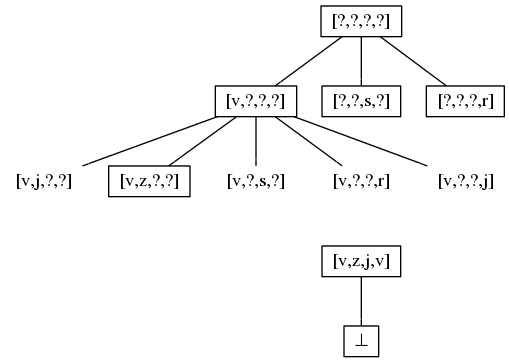
NorfairKing/ai_alternative-exam keeps this Graphviz diagram as resources/graphs/iteration_3.png. Above is the earlier version. Its source is kept beside it as resources/graphs/iteration_3.dot.
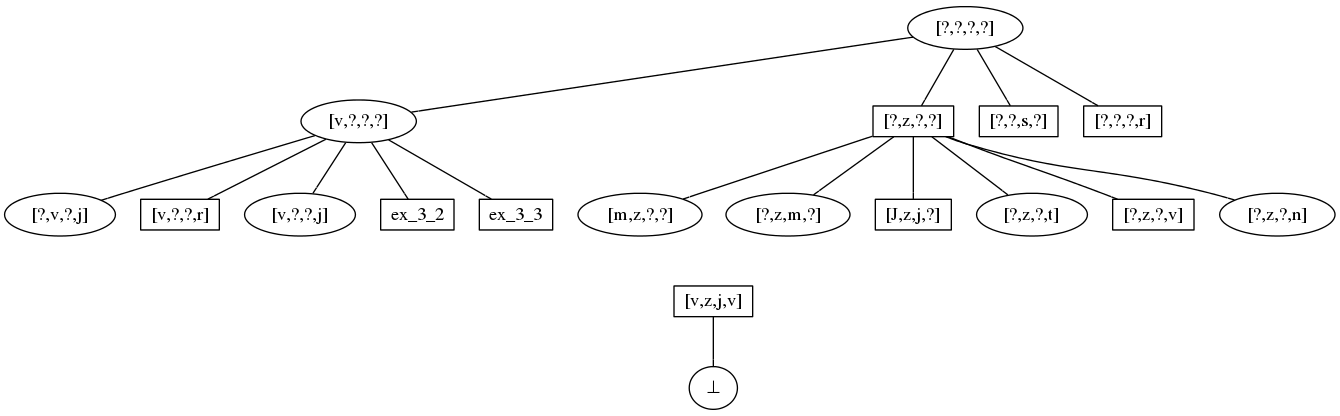
The same diagram one commit later.

Diff of the diagram source:
```diff
@@ -2,22 +2,32 @@
     node [shape=rect height=0.1, width=0.2];
     edge [arrowhead = none];
 
-    top  [label = "[?,?,?,?]"];
-    bot  [label = "&#8869;"];
+    top  [label = "[?,?,?,?]",shape=ellipse];
+    bot  [label = "&#8869;",shape=ellipse];
 
     ex_1 [label= "[v,z,j,v]"];
 
-    ex_2_1 [label = "[v,?,?,?]"];
+    ex_2_1 [label = "[v,?,?,?]",shape=ellipse];
+    ex_2_2 [label = "[?,z,?,?]"];
     ex_2_4 [label = "[?,?,s,?]"];
     ex_2_5 [label = "[?,?,?,r]"];
 
-    ex_3_1 [label = "[v,j,?,?]",shape=none];
-    ex_3_2 [label = "[v,z,?,?]"];
-    ex_3_3 [label = "[v,?,s,?]",shape=none];
-    ex_3_4 [label = "[v,?,?,r]",shape=none];
-    ex_3_5 [label = "[v,?,?,j]",shape=none];
+    ex_3_1  [label = "[v,j,?,?]",shape=ellipse];
+    ex_3_1  [label = "[v,o,?,?]",shape=ellipse];
+    ex_3_1  [label = "[v,?,m,?]",shape=ellipse];
+    ex_3_1  [label = "[?,v,?,j]"];
+    ex_3_4  [label = "[v,?,?,r]"];
+    ex_3_5  [label = "[v,?,?,j]",shape=ellipse];
+
+    ex_3_6  [label = "[m,z,?,?]",shape=ellipse];
+    ex_3_7  [label = "[?,z,m,?]",shape=ellipse];
+    ex_3_8  [label = "[J,z,j,?]"];
+    ex_3_9  [label = "[?,z,?,t]",shape=ellipse];
+    ex_3_10 [label = "[?,z,?,v]"];
+    ex_3_11 [label = "[?,z,?,n]",shape=ellipse];
 
     top -> ex_2_1;
+    top -> ex_2_2;
     top -> ex_2_4;
     top -> ex_2_5;
 
@@ -27,7 +37,15 @@
     ex_2_1 -> ex_3_4;
     ex_2_1 -> ex_3_5;
 
-    ex_3_4 -> ex_1[style=invis];
+    ex_2_2 -> ex_3_6;
+    ex_2_2 -> ex_3_7;
+    ex_2_2 -> ex_3_8;
+    ex_2_2 -> ex_3_9;
+    ex_2_2 -> ex_3_10;
+    ex_2_2 -> ex_3_11;
+
+    ex_3_6 -> ex_1[style=invis];
+    ex_3_7 -> ex_1[style=invis];
 
     ex_1 -> bot;
 }
```
